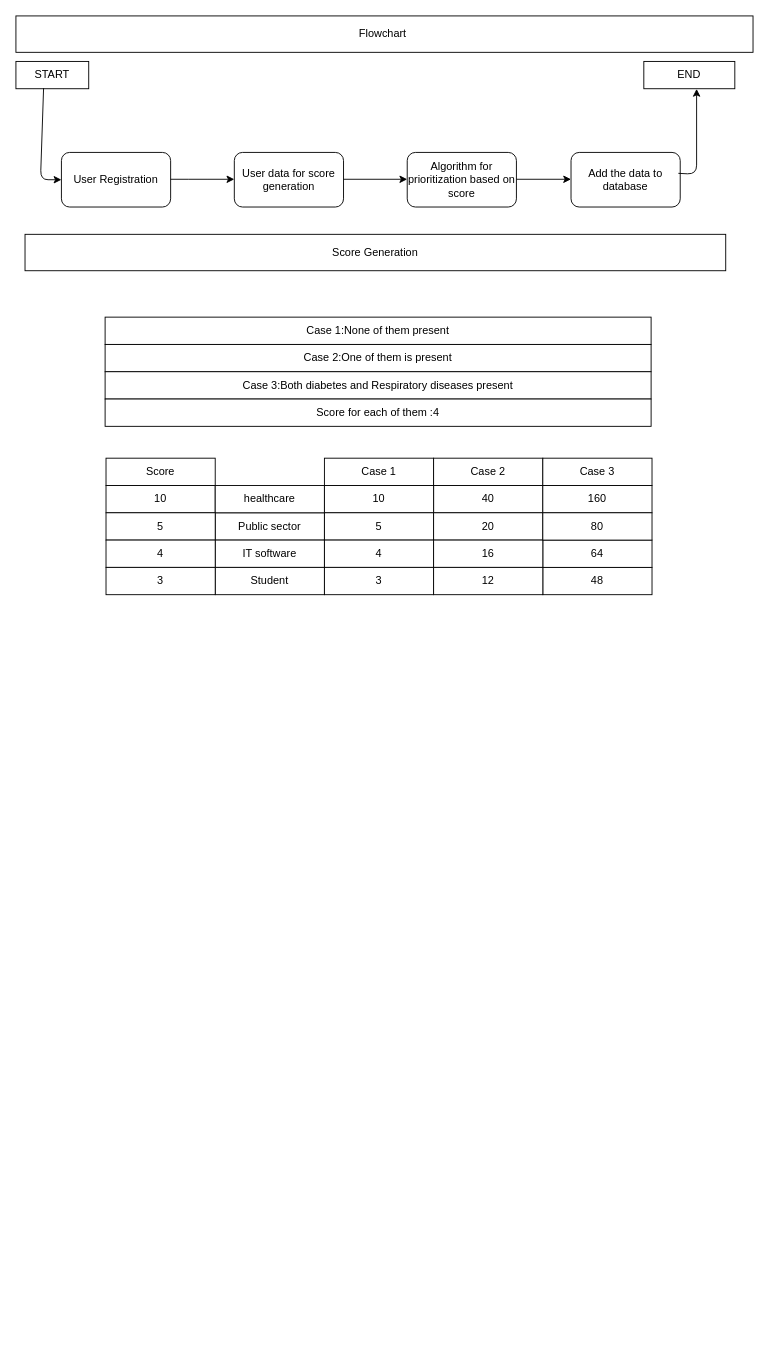
This is Untitled Diagram.drawio from Harsh18022000/covidweb-app, a draw.io file, before an edit. Source tidied: cells renumbered, new cells numbered last; positions are measured from the earlier drawing's top-left corner, leaving out a move shared by most shapes. Both pictures are drawn from the tidied source at 91%, with x=0, y=0 at pixel (15, 15).
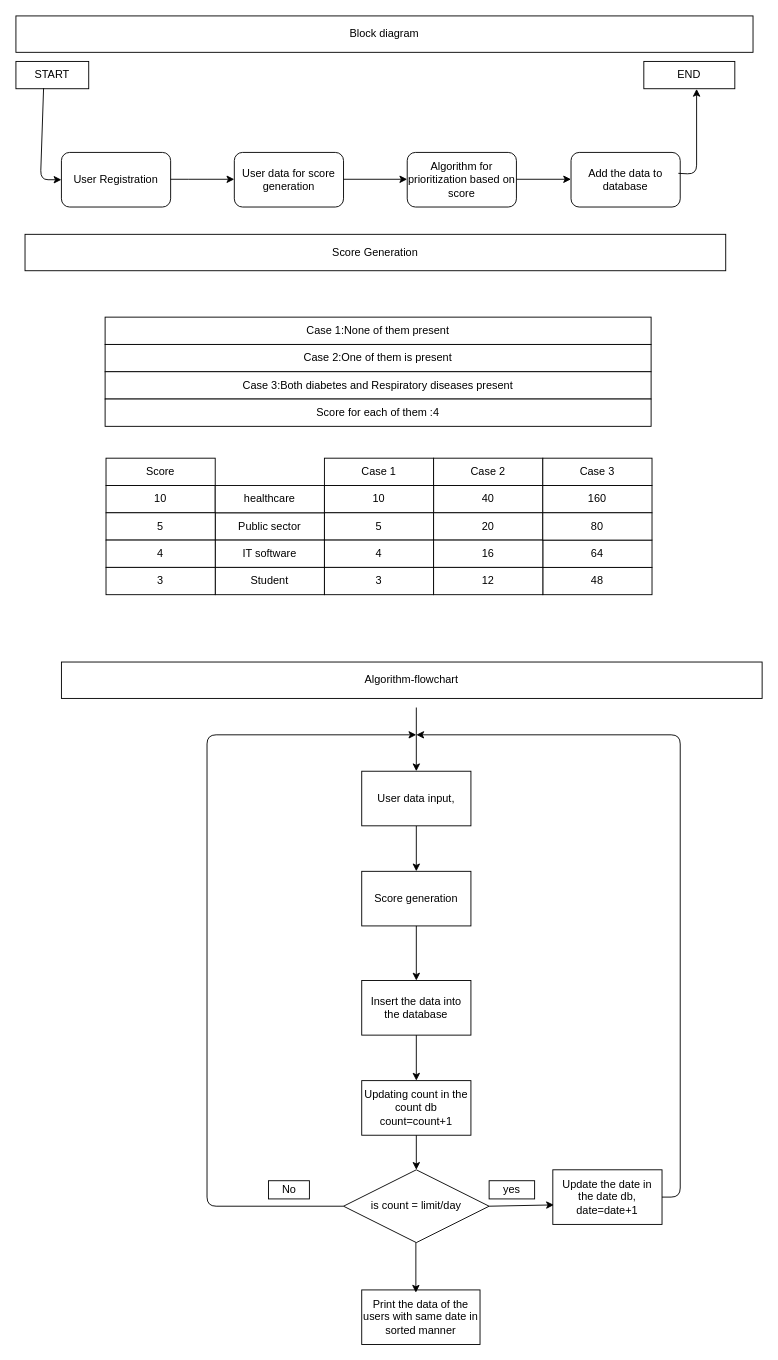
The same diagram, later.

Commit message:
Flowchart and Algorithm .drawio

Change to the diagram source:
```diff
@@
-    <mxCell id="41" value="Flowchart&amp;nbsp;" style="rounded=0;whiteSpace=wrap;html=1;" parent="1" vertex="1">
+    <mxCell id="41" value="Block diagram" style="rounded=0;whiteSpace=wrap;html=1;" parent="1" vertex="1">
       <mxGeometry width="810" height="40" as="geometry" />
     </mxCell>
@@
+    <mxCell id="43" value="Algorithm-flowchart" style="rounded=0;whiteSpace=wrap;html=1;" parent="1" vertex="1">
+      <mxGeometry x="50" y="710" width="770" height="40" as="geometry" />
+    </mxCell>
+    <mxCell id="44" style="endArrow=classic;html=1;exitX=0.5;exitY=1;exitDx=0;exitDy=0;" parent="1" edge="1">
+      <mxGeometry relative="1" as="geometry">
+        <mxPoint x="440" y="890" as="sourcePoint" />
+        <mxPoint x="440" y="940" as="targetPoint" />
+      </mxGeometry>
+    </mxCell>
+    <mxCell id="45" value="User data input,&lt;br&gt;" style="rounded=0;whiteSpace=wrap;html=1;" parent="1" vertex="1">
+      <mxGeometry x="380" y="830" width="120" height="60" as="geometry" />
+    </mxCell>
+    <mxCell id="46" value="Score generation" style="rounded=0;whiteSpace=wrap;html=1;" parent="1" vertex="1">
+      <mxGeometry x="380" y="940" width="120" height="60" as="geometry" />
+    </mxCell>
+    <mxCell id="47" style="endArrow=classic;html=1;exitX=0.5;exitY=1;exitDx=0;exitDy=0;" parent="1" edge="1" source="46">
+      <mxGeometry relative="1" as="geometry">
+        <mxPoint x="440" y="1060" as="targetPoint" />
+      </mxGeometry>
+    </mxCell>
+    <mxCell id="48" value="Insert the data into the database" style="rounded=0;whiteSpace=wrap;html=1;" parent="1" vertex="1">
+      <mxGeometry x="380" y="1060" width="120" height="60" as="geometry" />
+    </mxCell>
+    <mxCell id="49" value="Updating count in the count db&lt;br&gt;count=count+1" style="rounded=0;whiteSpace=wrap;html=1;" parent="1" vertex="1">
+      <mxGeometry x="380" y="1170" width="120" height="60" as="geometry" />
+    </mxCell>
+    <mxCell id="50" style="endArrow=classic;html=1;entryX=0.5;entryY=0;entryDx=0;entryDy=0;" parent="1" edge="1" target="49">
+      <mxGeometry relative="1" as="geometry">
+        <mxPoint x="440" y="1120" as="sourcePoint" />
+      </mxGeometry>
+    </mxCell>
+    <mxCell id="51" value="Update the date in the date db,&lt;br&gt;date=date+1" style="rounded=0;whiteSpace=wrap;html=1;" parent="1" vertex="1">
+      <mxGeometry x="590" y="1268" width="120" height="60" as="geometry" />
+    </mxCell>
+    <mxCell id="52" value="is count = limit/day" style="rhombus;whiteSpace=wrap;html=1;" parent="1" vertex="1">
+      <mxGeometry x="360" y="1268" width="160" height="80" as="geometry" />
+    </mxCell>
+    <mxCell id="53" style="endArrow=classic;html=1;exitX=1;exitY=0.5;exitDx=0;exitDy=0;entryX=0.01;entryY=0.643;entryDx=0;entryDy=0;entryPerimeter=0;" parent="1" edge="1" source="52" target="51">
+      <mxGeometry relative="1" as="geometry" />
+    </mxCell>
+    <mxCell id="54" value="yes" style="rounded=0;whiteSpace=wrap;html=1;" parent="1" vertex="1">
+      <mxGeometry x="520" y="1280" width="50" height="20" as="geometry" />
+    </mxCell>
+    <mxCell id="55" value="No" style="rounded=0;whiteSpace=wrap;html=1;" parent="1" vertex="1">
+      <mxGeometry x="277.5" y="1280" width="45" height="20" as="geometry" />
+    </mxCell>
+    <mxCell id="56" style="endArrow=classic;html=1;exitX=0.5;exitY=1;exitDx=0;exitDy=0;entryX=0.5;entryY=0;entryDx=0;entryDy=0;" parent="1" edge="1" source="49" target="52">
+      <mxGeometry relative="1" as="geometry" />
+    </mxCell>
+    <mxCell id="57" style="endArrow=classic;html=1;entryX=0.5;entryY=0;entryDx=0;entryDy=0;" parent="1" edge="1" target="45">
+      <mxGeometry relative="1" as="geometry">
+        <mxPoint x="440" y="760" as="sourcePoint" />
+      </mxGeometry>
+    </mxCell>
+    <mxCell id="58" style="endArrow=classic;html=1;exitX=0;exitY=0.5;exitDx=0;exitDy=0;" parent="1" edge="1" source="52">
+      <mxGeometry relative="1" as="geometry">
+        <mxPoint x="440" y="790" as="targetPoint" />
+        <Array as="points">
+          <mxPoint x="210" y="1308" />
+          <mxPoint x="210" y="790" />
+        </Array>
+      </mxGeometry>
+    </mxCell>
+    <mxCell id="59" value="Print the data of the users with same date in sorted manner" style="rounded=0;whiteSpace=wrap;html=1;" parent="1" vertex="1">
+      <mxGeometry x="380" y="1400" width="130" height="60" as="geometry" />
+    </mxCell>
+    <mxCell id="60" style="endArrow=classic;html=1;" parent="1" edge="1">
+      <mxGeometry relative="1" as="geometry">
+        <mxPoint x="439.5" y="1348" as="sourcePoint" />
+        <mxPoint x="439.5" y="1403" as="targetPoint" />
+      </mxGeometry>
+    </mxCell>
+    <mxCell id="61" style="endArrow=classic;html=1;exitX=1;exitY=0.5;exitDx=0;exitDy=0;" parent="1" edge="1" source="51">
+      <mxGeometry relative="1" as="geometry">
+        <mxPoint x="440" y="790" as="targetPoint" />
+        <Array as="points">
+          <mxPoint x="730" y="1298" />
+          <mxPoint x="730" y="790" />
+        </Array>
+      </mxGeometry>
+    </mxCell>
```
